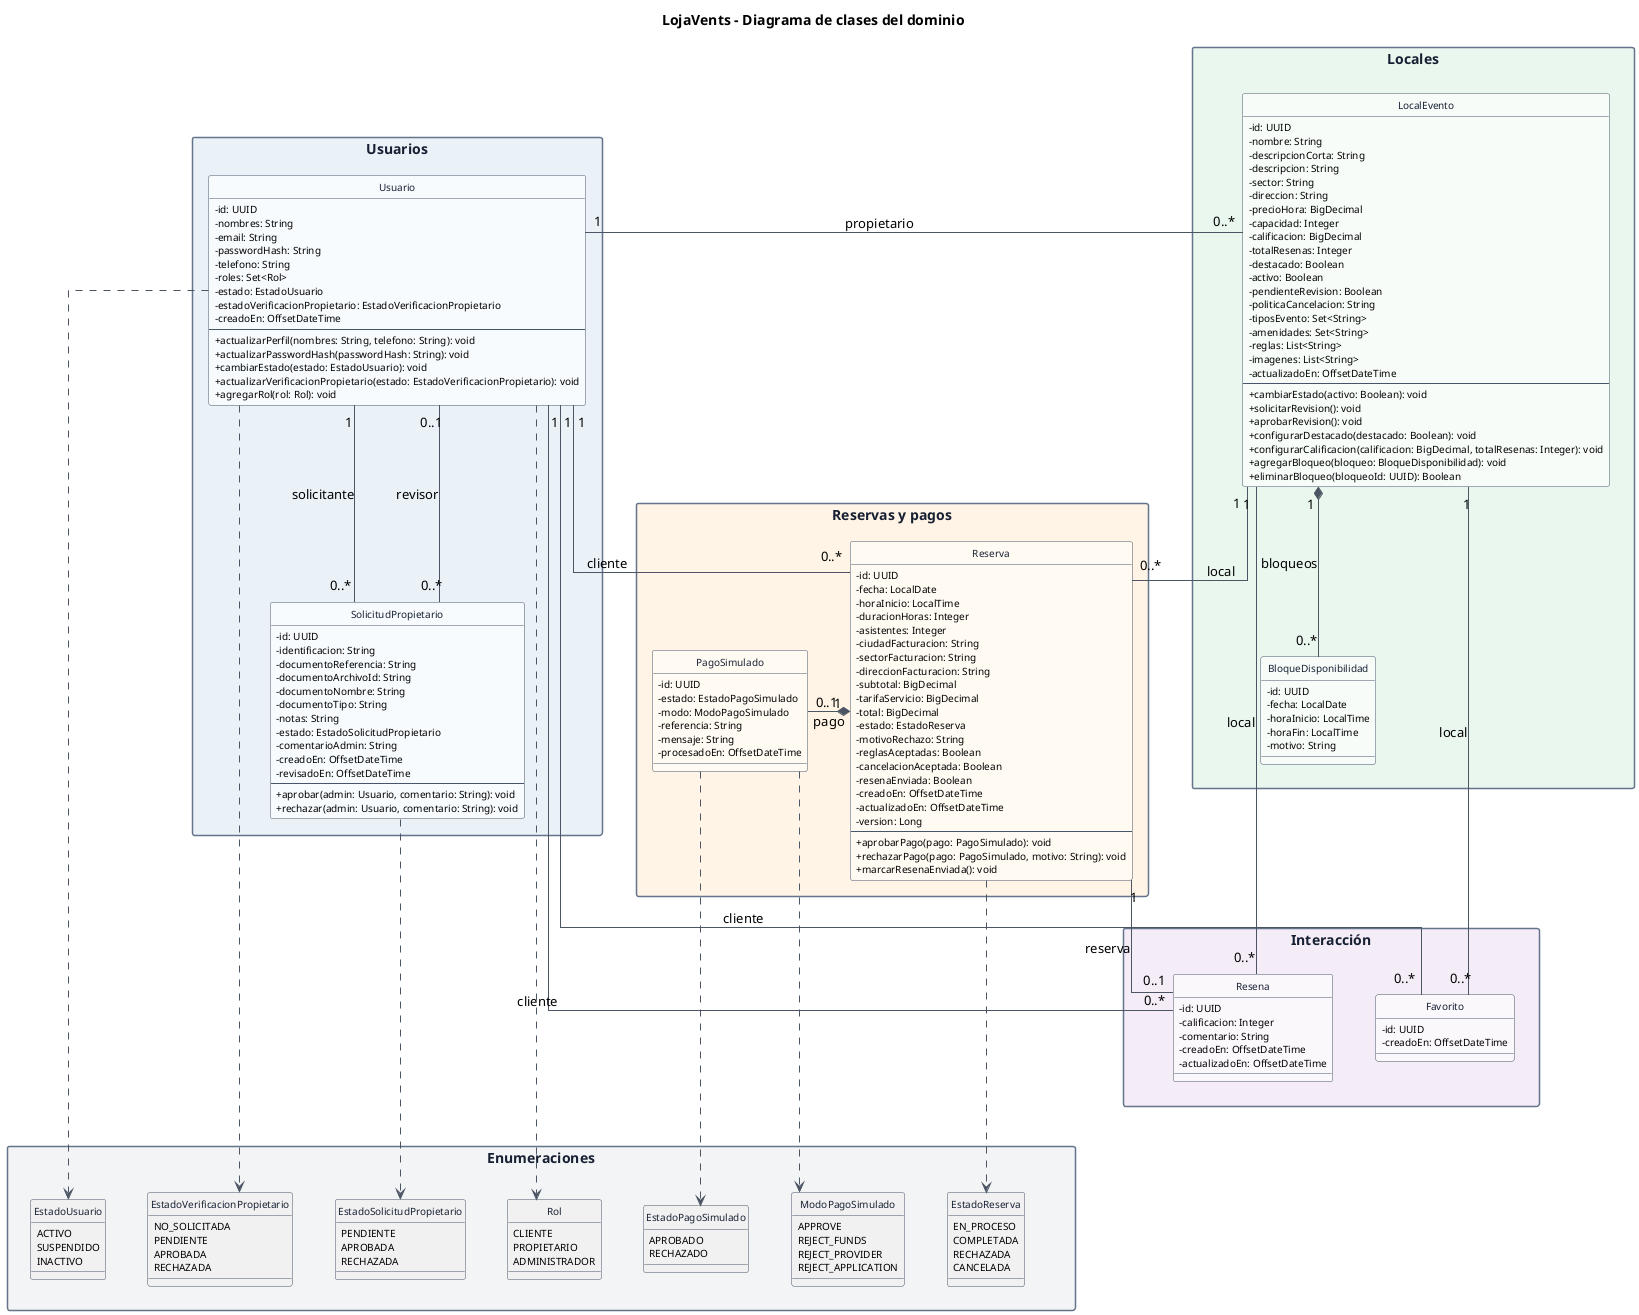
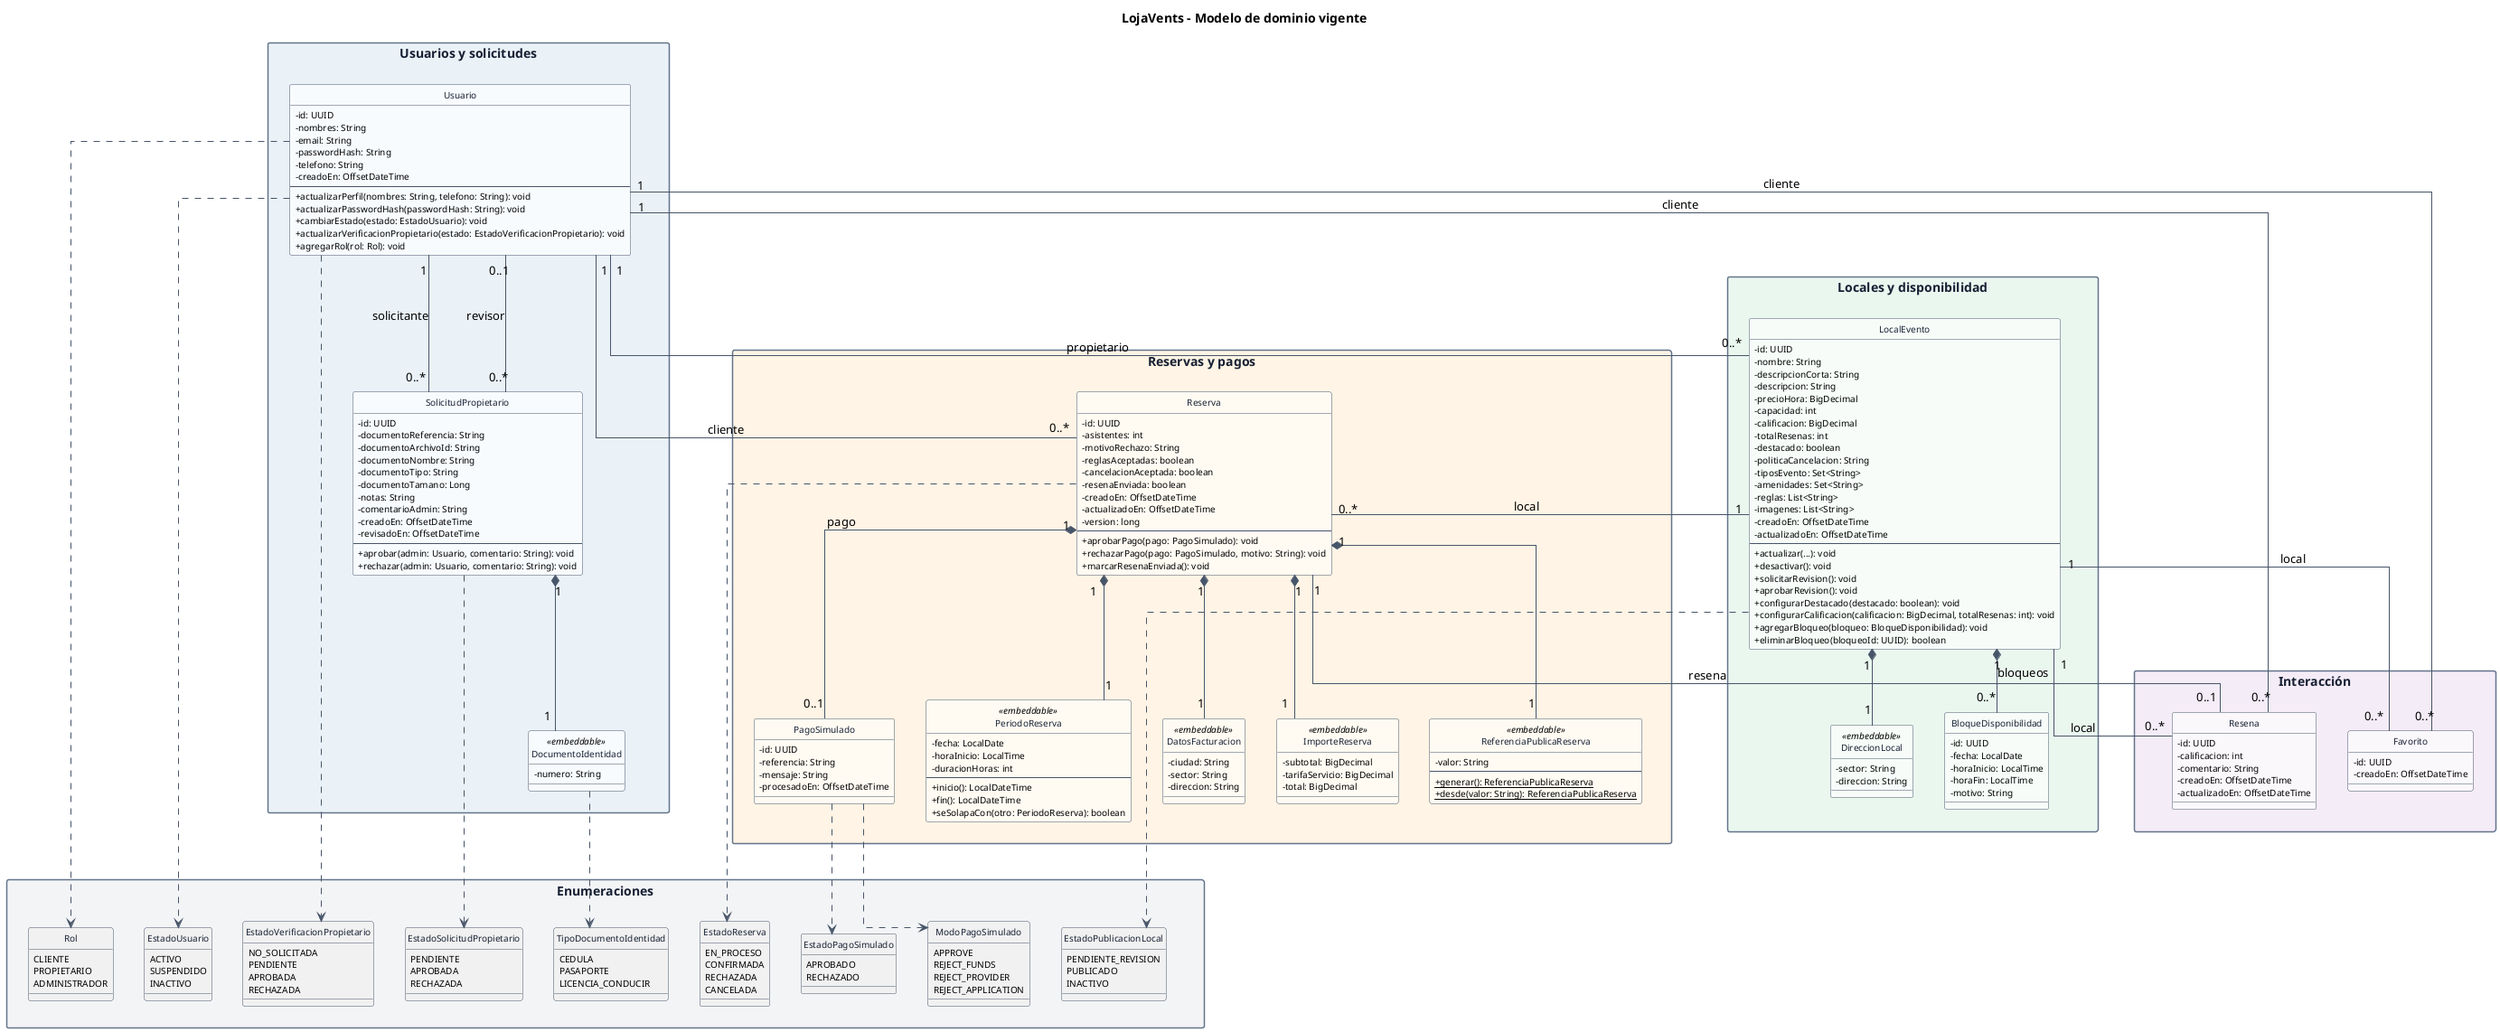
@startuml
- title LojaVents - Diagrama de clases del dominio
+ title LojaVents - Modelo de dominio vigente

top to bottom direction

skinparam backgroundColor white
skinparam shadowing false
skinparam linetype ortho
skinparam packageStyle rectangle
skinparam classAttributeIconSize 0
- skinparam ArrowColor #4B5563
+ skinparam ArrowColor #475569
skinparam ClassBorderColor #475569
skinparam ClassFontColor #172033
skinparam ClassFontSize 11
skinparam ClassAttributeFontSize 10
skinparam ClassStereotypeFontSize 10
- skinparam EnumBorderColor #6B7280
+ skinparam EnumBorderColor #64748B
skinparam EnumBackgroundColor #FFFFFF
skinparam EnumFontColor #172033
skinparam PackageBorderColor #64748B
skinparam PackageFontColor #172033
skinparam PackageFontStyle bold
- skinparam nodesep 42
- skinparam ranksep 52
+ skinparam nodesep 34
+ skinparam ranksep 42

hide circle

- package "Usuarios" as Usuarios #EAF2F8 {
+ package "Usuarios y solicitudes" as Usuarios #EAF2F8 {
  class Usuario #F8FBFE {
    - id: UUID
    - nombres: String
    - email: String
    - passwordHash: String
    - telefono: String
-     - roles: Set<Rol>
-     - estado: EstadoUsuario
-     - estadoVerificacionPropietario: EstadoVerificacionPropietario
    - creadoEn: OffsetDateTime
    --
    + actualizarPerfil(nombres: String, telefono: String): void
    + actualizarPasswordHash(passwordHash: String): void
    + cambiarEstado(estado: EstadoUsuario): void
    + actualizarVerificacionPropietario(estado: EstadoVerificacionPropietario): void
    + agregarRol(rol: Rol): void
  }

  class SolicitudPropietario #F8FBFE {
    - id: UUID
-     - identificacion: String
    - documentoReferencia: String
    - documentoArchivoId: String
    - documentoNombre: String
    - documentoTipo: String
+     - documentoTamano: Long
    - notas: String
-     - estado: EstadoSolicitudPropietario
    - comentarioAdmin: String
    - creadoEn: OffsetDateTime
    - revisadoEn: OffsetDateTime
    --
    + aprobar(admin: Usuario, comentario: String): void
    + rechazar(admin: Usuario, comentario: String): void
  }
- }
- 
- package "Locales" as Locales #EAF7EF {
+ 
+   class DocumentoIdentidad <<embeddable>> #F8FBFE {
+     - numero: String
+   }
+ }
+ 
+ package "Locales y disponibilidad" as Locales #EAF7EF {
  class LocalEvento #F7FCF9 {
    - id: UUID
    - nombre: String
    - descripcionCorta: String
    - descripcion: String
-     - sector: String
-     - direccion: String
    - precioHora: BigDecimal
-     - capacidad: Integer
+     - capacidad: int
    - calificacion: BigDecimal
-     - totalResenas: Integer
-     - destacado: Boolean
-     - activo: Boolean
-     - pendienteRevision: Boolean
+     - totalResenas: int
+     - destacado: boolean
    - politicaCancelacion: String
    - tiposEvento: Set<String>
    - amenidades: Set<String>
    - reglas: List<String>
    - imagenes: List<String>
+     - creadoEn: OffsetDateTime
    - actualizadoEn: OffsetDateTime
    --
-     + cambiarEstado(activo: Boolean): void
+     + actualizar(...): void
+     + desactivar(): void
    + solicitarRevision(): void
    + aprobarRevision(): void
-     + configurarDestacado(destacado: Boolean): void
-     + configurarCalificacion(calificacion: BigDecimal, totalResenas: Integer): void
+     + configurarDestacado(destacado: boolean): void
+     + configurarCalificacion(calificacion: BigDecimal, totalResenas: int): void
    + agregarBloqueo(bloqueo: BloqueDisponibilidad): void
-     + eliminarBloqueo(bloqueoId: UUID): Boolean
+     + eliminarBloqueo(bloqueoId: UUID): boolean
+   }
+ 
+   class DireccionLocal <<embeddable>> #F7FCF9 {
+     - sector: String
+     - direccion: String
  }

  class BloqueDisponibilidad #F7FCF9 {
    - id: UUID
    - fecha: LocalDate
    - horaInicio: LocalTime
    - horaFin: LocalTime
    - motivo: String
  }
}

package "Reservas y pagos" as ReservasPagos #FFF4E5 {
  class Reserva #FFFBF3 {
    - id: UUID
+     - asistentes: int
+     - motivoRechazo: String
+     - reglasAceptadas: boolean
+     - cancelacionAceptada: boolean
+     - resenaEnviada: boolean
+     - creadoEn: OffsetDateTime
+     - actualizadoEn: OffsetDateTime
+     - version: long
+     --
+     + aprobarPago(pago: PagoSimulado): void
+     + rechazarPago(pago: PagoSimulado, motivo: String): void
+     + marcarResenaEnviada(): void
+   }
+ 
+   class PeriodoReserva <<embeddable>> #FFFBF3 {
    - fecha: LocalDate
    - horaInicio: LocalTime
-     - duracionHoras: Integer
-     - asistentes: Integer
-     - ciudadFacturacion: String
-     - sectorFacturacion: String
-     - direccionFacturacion: String
+     - duracionHoras: int
+     --
+     + inicio(): LocalDateTime
+     + fin(): LocalDateTime
+     + seSolapaCon(otro: PeriodoReserva): boolean
+   }
+ 
+   class DatosFacturacion <<embeddable>> #FFFBF3 {
+     - ciudad: String
+     - sector: String
+     - direccion: String
+   }
+ 
+   class ImporteReserva <<embeddable>> #FFFBF3 {
    - subtotal: BigDecimal
    - tarifaServicio: BigDecimal
    - total: BigDecimal
-     - estado: EstadoReserva
-     - motivoRechazo: String
-     - reglasAceptadas: Boolean
-     - cancelacionAceptada: Boolean
-     - resenaEnviada: Boolean
-     - creadoEn: OffsetDateTime
-     - actualizadoEn: OffsetDateTime
-     - version: Long
-     --
-     + aprobarPago(pago: PagoSimulado): void
-     + rechazarPago(pago: PagoSimulado, motivo: String): void
-     + marcarResenaEnviada(): void
+   }
+ 
+   class ReferenciaPublicaReserva <<embeddable>> #FFFBF3 {
+     - valor: String
+     --
+     + {static} generar(): ReferenciaPublicaReserva
+     + {static} desde(valor: String): ReferenciaPublicaReserva
  }

  class PagoSimulado #FFFBF3 {
    - id: UUID
-     - estado: EstadoPagoSimulado
-     - modo: ModoPagoSimulado
    - referencia: String
    - mensaje: String
    - procesadoEn: OffsetDateTime
  }
}

package "Interacción" as Interaccion #F4ECF7 {
  class Favorito #FBF8FC {
    - id: UUID
    - creadoEn: OffsetDateTime
  }

  class Resena #FBF8FC {
    - id: UUID
-     - calificacion: Integer
+     - calificacion: int
    - comentario: String
    - creadoEn: OffsetDateTime
    - actualizadoEn: OffsetDateTime
  }
}

package "Enumeraciones" as Enumeraciones #F3F4F6 {
  enum Rol {
    CLIENTE
    PROPIETARIO
    ADMINISTRADOR
  }

  enum EstadoUsuario {
    ACTIVO
    SUSPENDIDO
    INACTIVO
  }

  enum EstadoVerificacionPropietario {
    NO_SOLICITADA
    PENDIENTE
    APROBADA
    RECHAZADA
  }

  enum EstadoSolicitudPropietario {
    PENDIENTE
    APROBADA
    RECHAZADA
  }

+   enum TipoDocumentoIdentidad {
+     CEDULA
+     PASAPORTE
+     LICENCIA_CONDUCIR
+   }
+ 
+   enum EstadoPublicacionLocal {
+     PENDIENTE_REVISION
+     PUBLICADO
+     INACTIVO
+   }
+ 
  enum EstadoReserva {
    EN_PROCESO
-     COMPLETADA
+     CONFIRMADA
    RECHAZADA
    CANCELADA
  }

  enum EstadoPagoSimulado {
    APROBADO
    RECHAZADO
  }

  enum ModoPagoSimulado {
    APPROVE
    REJECT_FUNDS
    REJECT_PROVIDER
    REJECT_APPLICATION
  }
}

- Usuario "1" -down- "0..*" SolicitudPropietario : solicitante
- Usuario "0..1" -down- "0..*" SolicitudPropietario : revisor
- Usuario "1" -[norank]- "0..*" LocalEvento : propietario
- LocalEvento "1" *-down- "0..*" BloqueDisponibilidad : bloqueos
- Usuario "1" -[norank]- "0..*" Reserva : cliente
- LocalEvento "1" -[norank]- "0..*" Reserva : local
- Reserva "1" *-right- "0..1" PagoSimulado : pago
- Usuario "1" -[norank]- "0..*" Favorito : cliente
- LocalEvento "1" -down- "0..*" Favorito : local
- Reserva "1" -down- "0..1" Resena : reserva
- Usuario "1" -[norank]- "0..*" Resena : cliente
- LocalEvento "1" -[norank]- "0..*" Resena : local
- 
- Usuario ..down.> Rol
- Usuario ..down.> EstadoUsuario
- Usuario ..down.> EstadoVerificacionPropietario
- SolicitudPropietario ..down.> EstadoSolicitudPropietario
- Reserva ..down.> EstadoReserva
- PagoSimulado ..down.> EstadoPagoSimulado
- PagoSimulado ..down.> ModoPagoSimulado
- 
- LocalEvento -[hidden]r- Usuario
- LocalEvento -[hidden]r- Reserva
- Locales -[hidden]d- Interaccion
- Interaccion -[hidden]d- Enumeraciones
+ Usuario "1" -- "0..*" SolicitudPropietario : solicitante
+ Usuario "0..1" -- "0..*" SolicitudPropietario : revisor
+ SolicitudPropietario "1" *-- "1" DocumentoIdentidad
+ 
+ Usuario "1" -- "0..*" LocalEvento : propietario
+ LocalEvento "1" *-- "1" DireccionLocal
+ LocalEvento "1" *-- "0..*" BloqueDisponibilidad : bloqueos
+ 
+ Usuario "1" -- "0..*" Reserva : cliente
+ LocalEvento "1" -- "0..*" Reserva : local
+ Reserva "1" *-- "1" PeriodoReserva
+ Reserva "1" *-- "1" DatosFacturacion
+ Reserva "1" *-- "1" ImporteReserva
+ Reserva "1" *-- "1" ReferenciaPublicaReserva
+ Reserva "1" *-- "0..1" PagoSimulado : pago
+ 
+ Usuario "1" -- "0..*" Favorito : cliente
+ LocalEvento "1" -- "0..*" Favorito : local
+ Reserva "1" -- "0..1" Resena : resena
+ Usuario "1" -- "0..*" Resena : cliente
+ LocalEvento "1" -- "0..*" Resena : local
+ 
+ Usuario ..> Rol
+ Usuario ..> EstadoUsuario
+ Usuario ..> EstadoVerificacionPropietario
+ SolicitudPropietario ..> EstadoSolicitudPropietario
+ DocumentoIdentidad ..> TipoDocumentoIdentidad
+ LocalEvento ..> EstadoPublicacionLocal
+ Reserva ..> EstadoReserva
+ PagoSimulado ..> EstadoPagoSimulado
+ PagoSimulado ..> ModoPagoSimulado
+ 
+ Usuarios -[hidden]right- Locales
+ Locales -[hidden]right- ReservasPagos
+ Usuarios -[hidden]down- Interaccion
+ ReservasPagos -[hidden]down- Enumeraciones

@enduml
